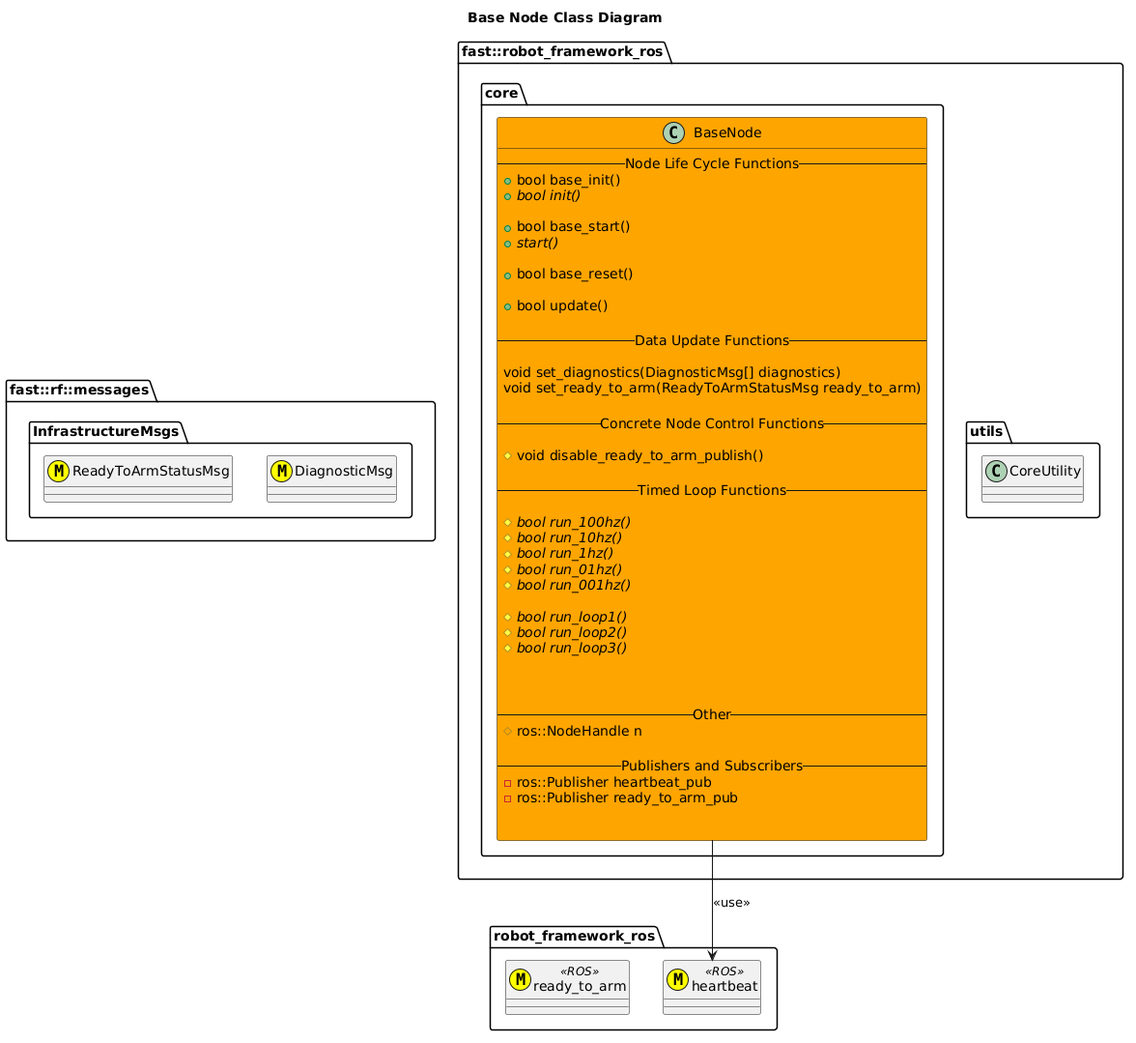
This is include/robot_framework_ros/doc/puml/BaseNodeClassDiagram.png from fastrobotics/robot_framework_ros, a PlantUML export, as it was before one commit.
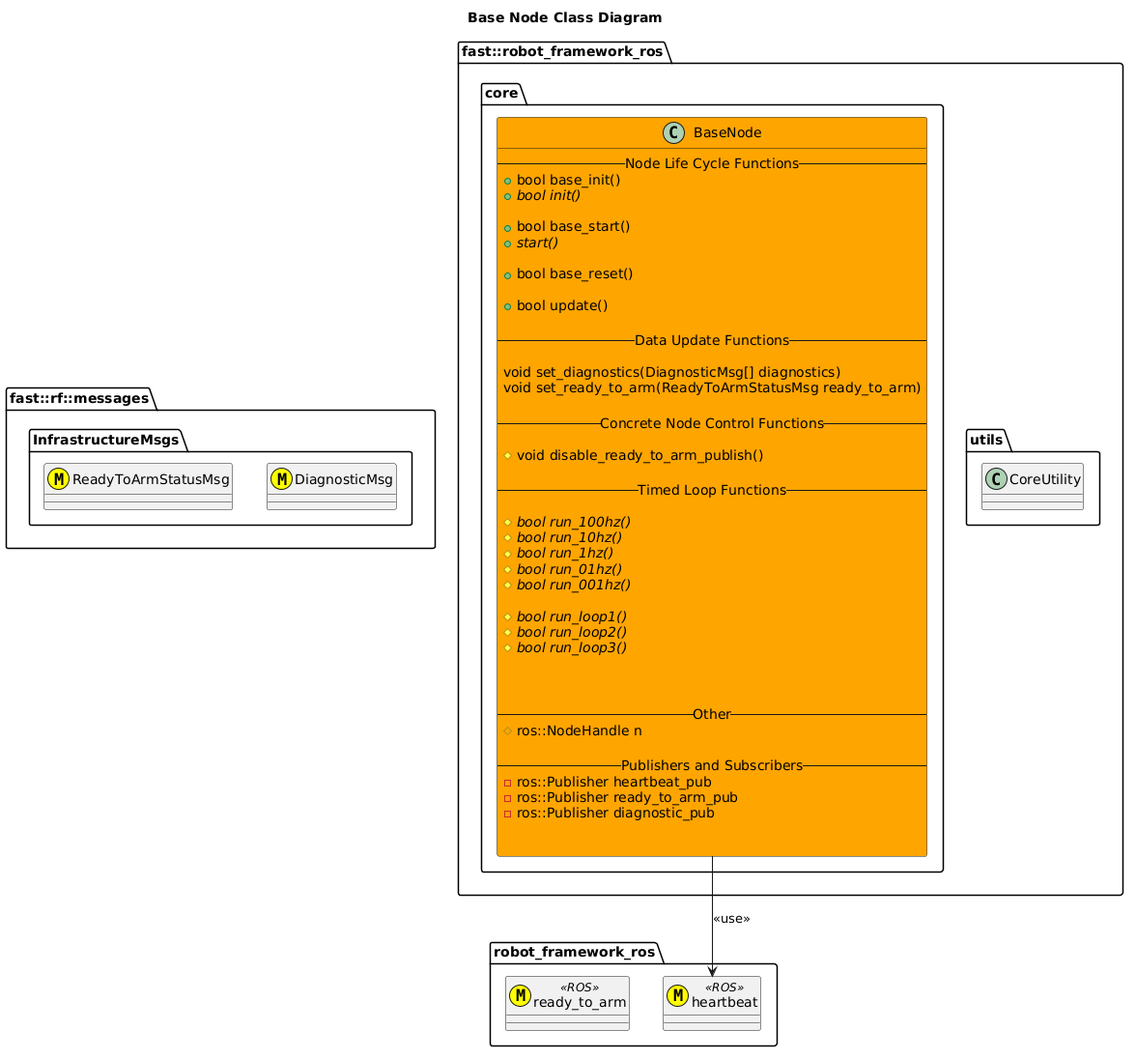
Above is the later version.

Change to the diagram source:
```diff
@@ -56,6 +56,7 @@
             --Publishers and Subscribers--
             -ros::Publisher heartbeat_pub
             -ros::Publisher ready_to_arm_pub
+            -ros::Publisher diagnostic_pub
 
 
         }
```
